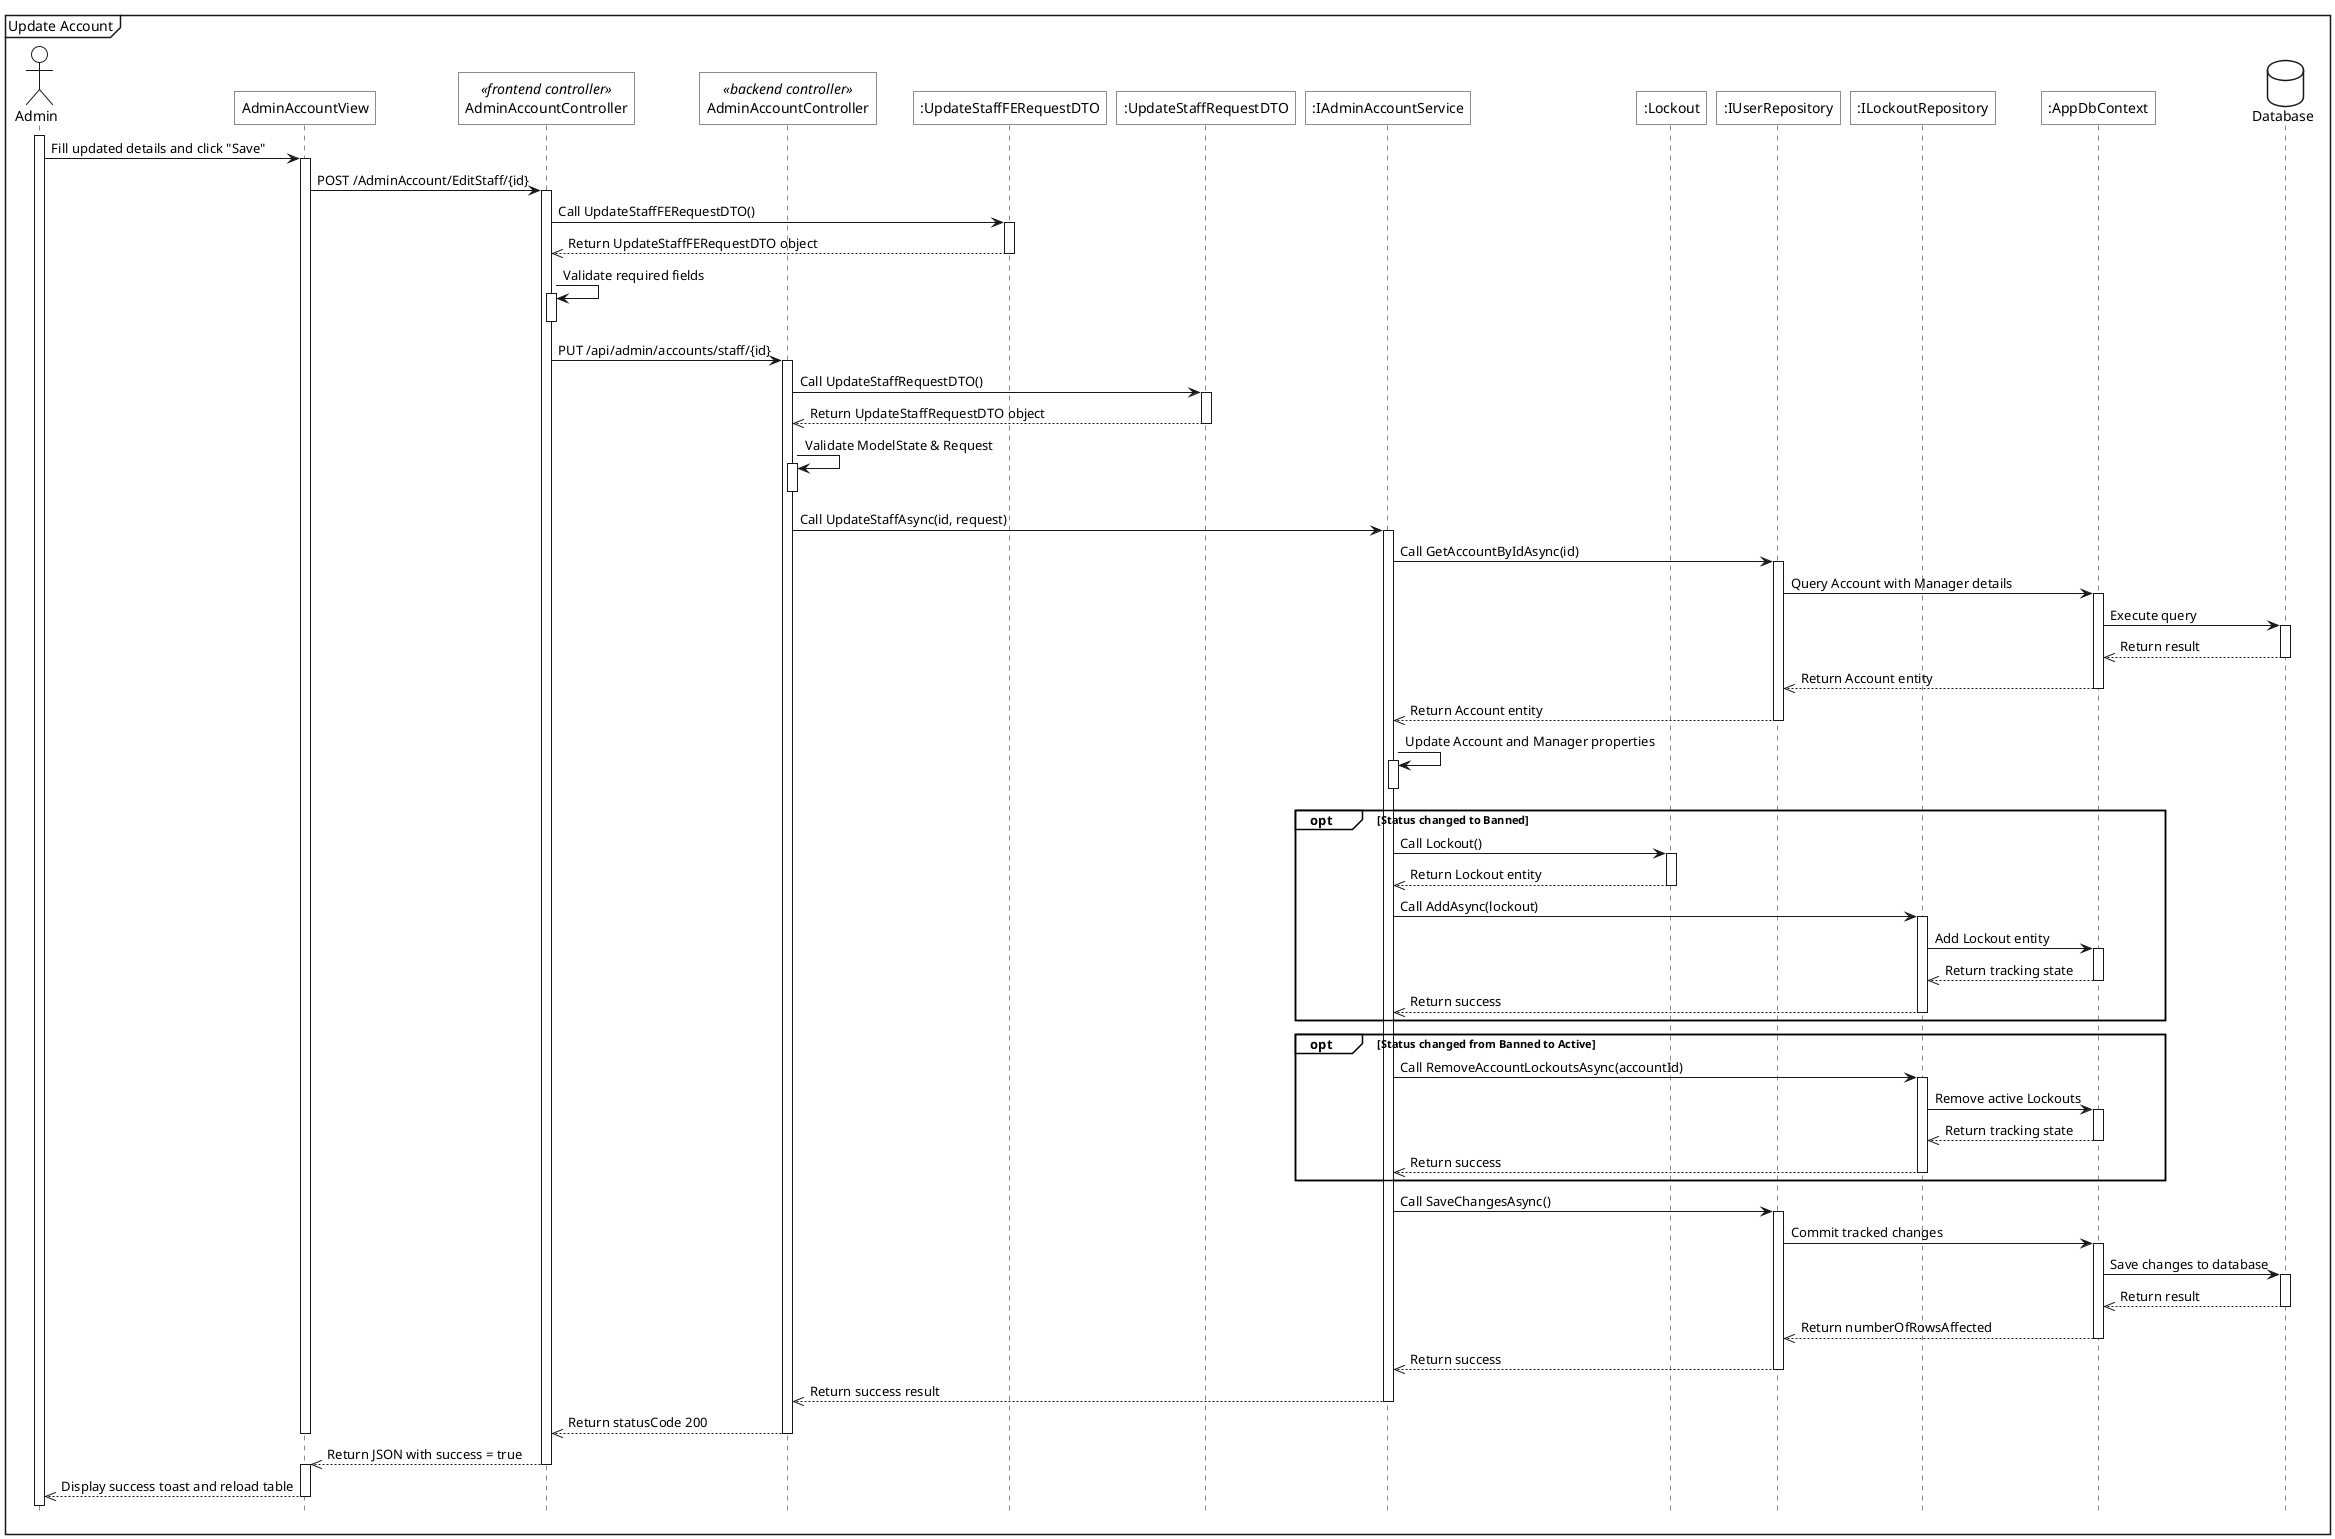
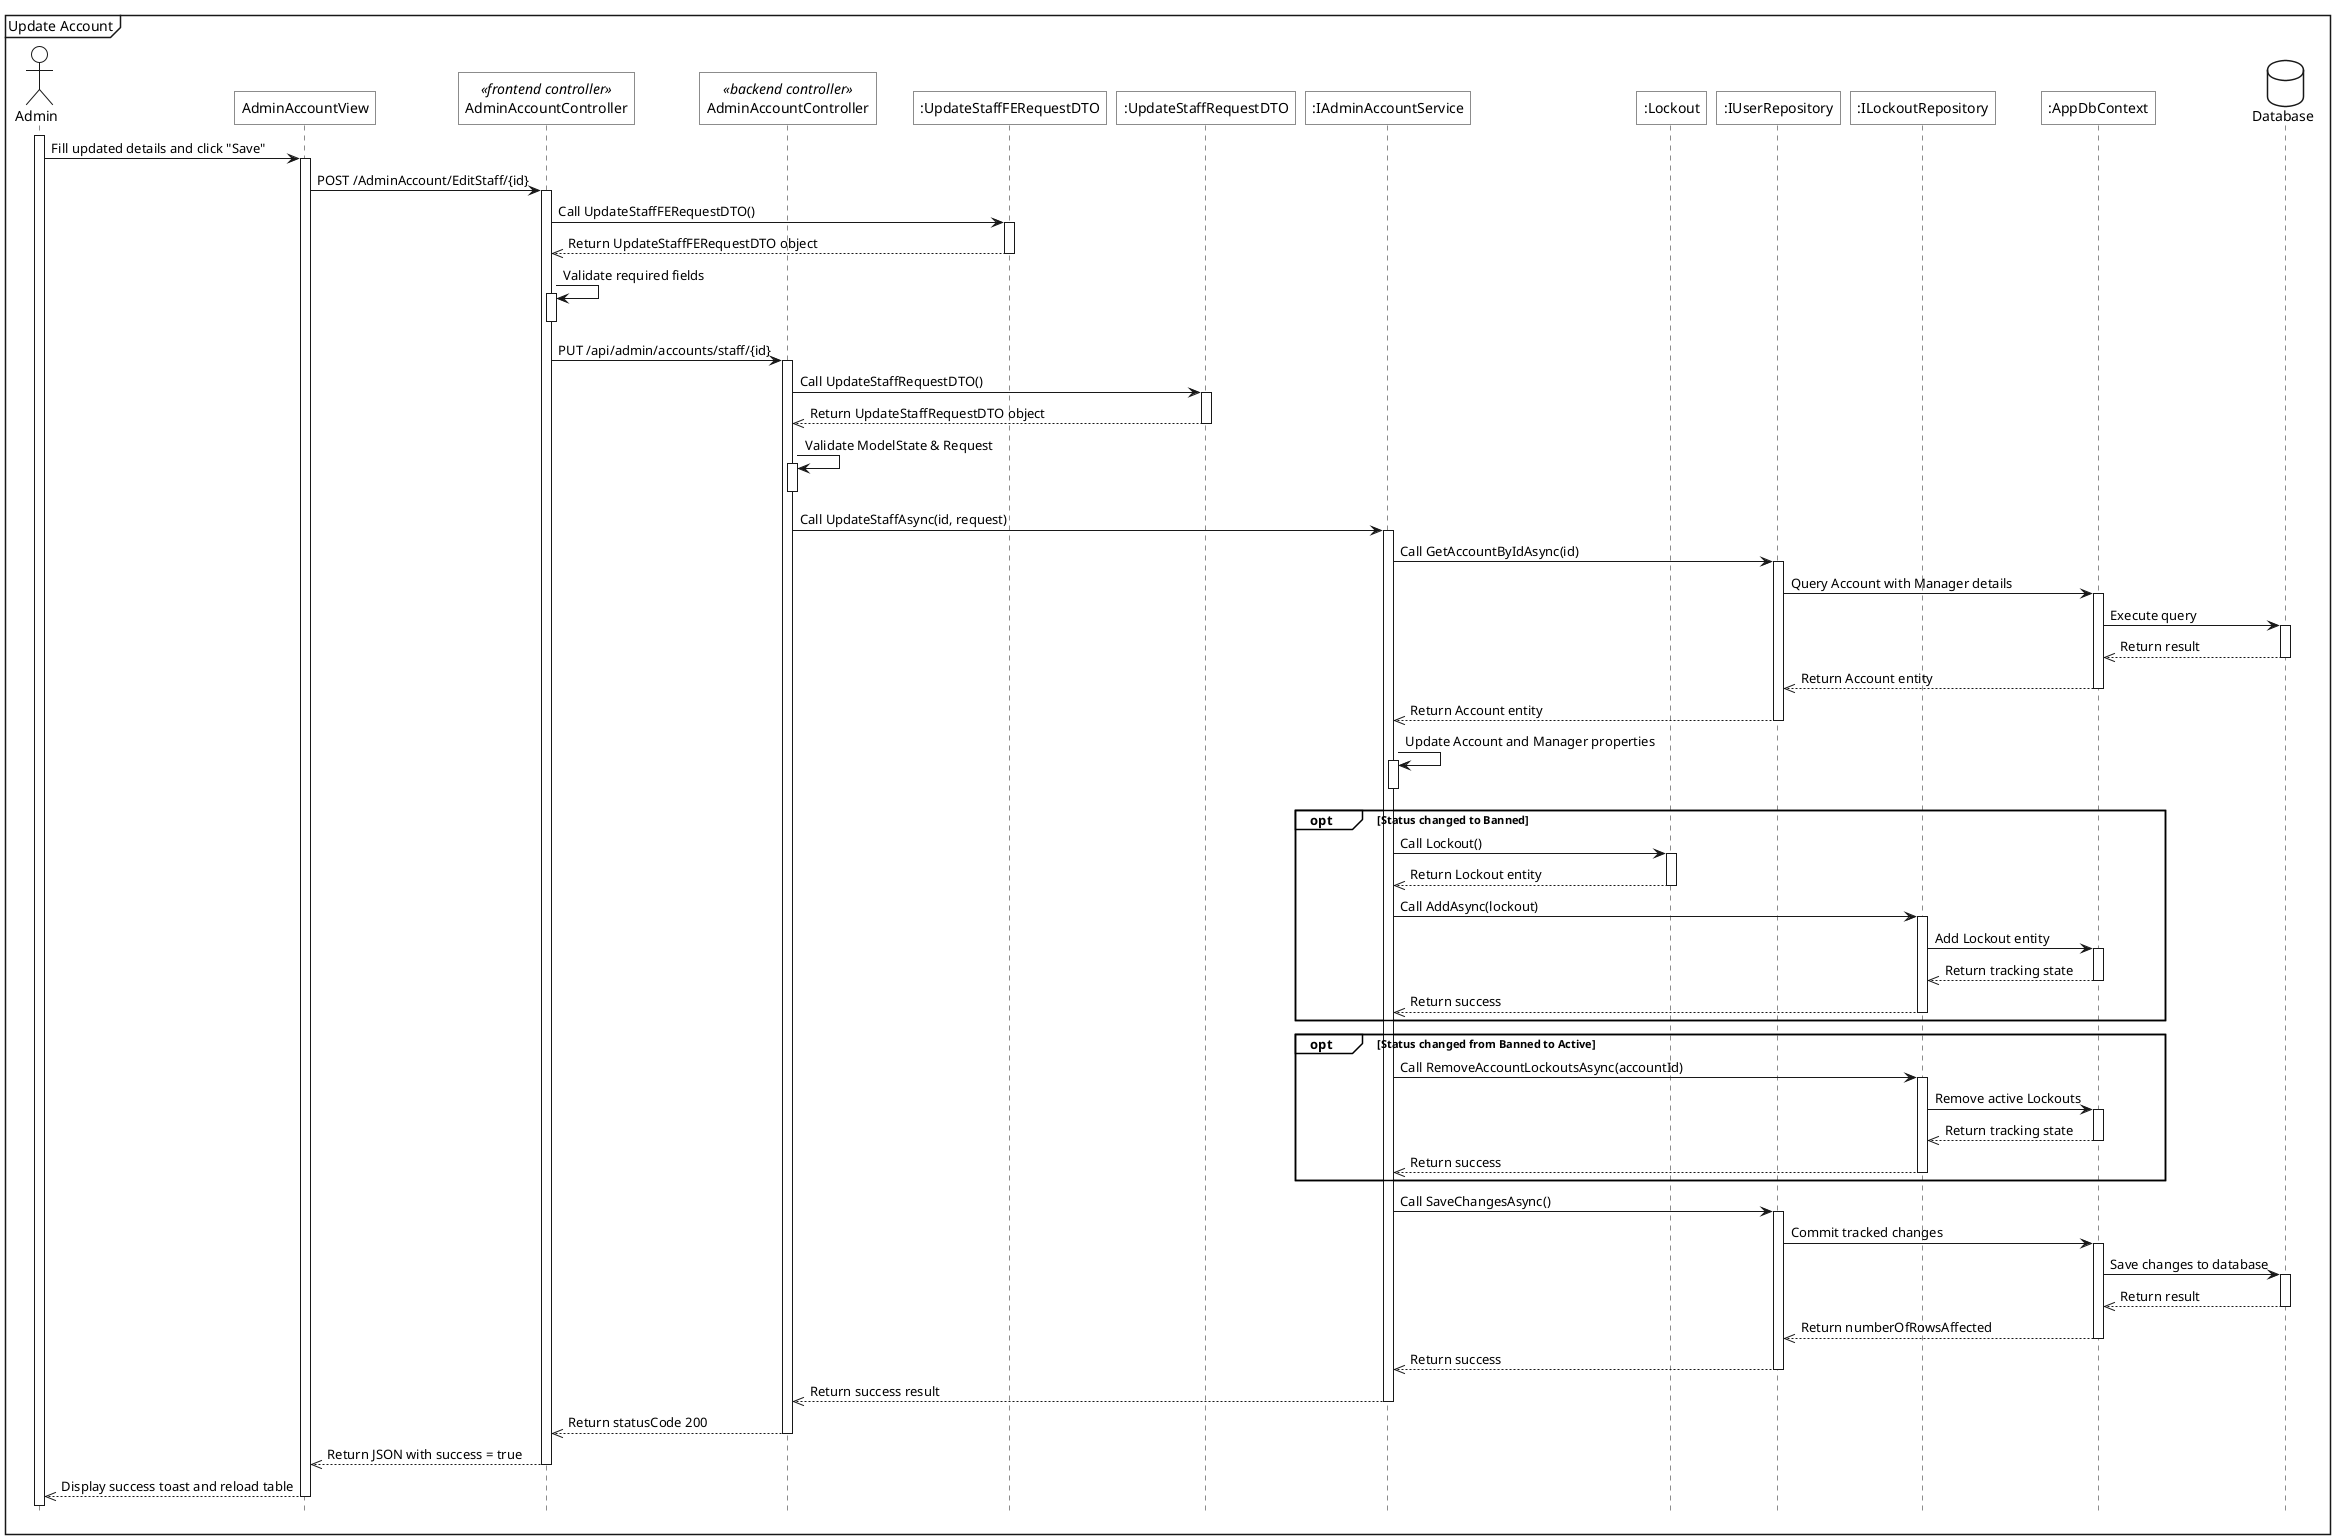
@startuml
<style>
    sequenceDiagram{
        actor{
            BackgroundColor white
            LineThickness 1.0
        }
        participant{
            BackgroundColor white
            RoundCorner 0
        }
        database{
            BackgroundColor white
        }
        groupHeader{
            BackgroundColor white
        }
        referenceHeader{
            BackgroundColor white
        }
        reference{
            BackgroundColor white
        }
    }
</style>

hide footbox

mainframe Update Account
actor Admin as act

participant "AdminAccountView" as view
participant "AdminAccountController" as fe_ctrl <<frontend controller>>
participant "AdminAccountController" as be_ctrl <<backend controller>>
participant ":UpdateStaffFERequestDTO" as fe_req
participant ":UpdateStaffRequestDTO" as be_req
participant ":IAdminAccountService" as sv
participant ":Lockout" as lockout_ett
participant ":IUserRepository" as u_repo
participant ":ILockoutRepository" as lockout_repo
participant ":AppDbContext" as ctx
database Database as db

act++
act->view++: Fill updated details and click "Save"
view->fe_ctrl++: POST /AdminAccount/EditStaff/{id}

fe_ctrl->fe_req++: Call UpdateStaffFERequestDTO()
fe_req-->>fe_ctrl--: Return UpdateStaffFERequestDTO object

fe_ctrl->fe_ctrl++: Validate required fields
fe_ctrl--

fe_ctrl->be_ctrl++: PUT /api/admin/accounts/staff/{id}

be_ctrl->be_req++: Call UpdateStaffRequestDTO()
be_req-->>be_ctrl--: Return UpdateStaffRequestDTO object

be_ctrl->be_ctrl++: Validate ModelState & Request
be_ctrl--

be_ctrl->sv++: Call UpdateStaffAsync(id, request)

sv->u_repo++: Call GetAccountByIdAsync(id)
u_repo->ctx++: Query Account with Manager details
ctx->db++: Execute query
db-->>ctx--: Return result
ctx-->>u_repo--: Return Account entity
u_repo-->>sv--: Return Account entity

sv->sv++: Update Account and Manager properties
sv--

opt Status changed to Banned
    sv->lockout_ett++: Call Lockout()
    lockout_ett-->>sv--: Return Lockout entity

    sv->lockout_repo++: Call AddAsync(lockout)
    lockout_repo->ctx++: Add Lockout entity
    ctx-->>lockout_repo--: Return tracking state
    lockout_repo-->>sv--: Return success
end

opt Status changed from Banned to Active
    sv->lockout_repo++: Call RemoveAccountLockoutsAsync(accountId)
    lockout_repo->ctx++: Remove active Lockouts
    ctx-->>lockout_repo--: Return tracking state
    lockout_repo-->>sv--: Return success
end

sv->u_repo++: Call SaveChangesAsync()
u_repo->ctx++: Commit tracked changes
ctx->db++: Save changes to database
db-->>ctx--: Return result
ctx-->>u_repo--: Return numberOfRowsAffected
u_repo-->>sv--: Return success

sv-->>be_ctrl--: Return success result
be_ctrl-->>fe_ctrl--: Return statusCode 200

- deactivate view
- fe_ctrl-->>view--: Return JSON with success = true
- activate view
+ fe_ctrl-->>view: Return JSON with success = true
+ deactivate fe_ctrl
view-->>act--: Display success toast and reload table
@enduml
